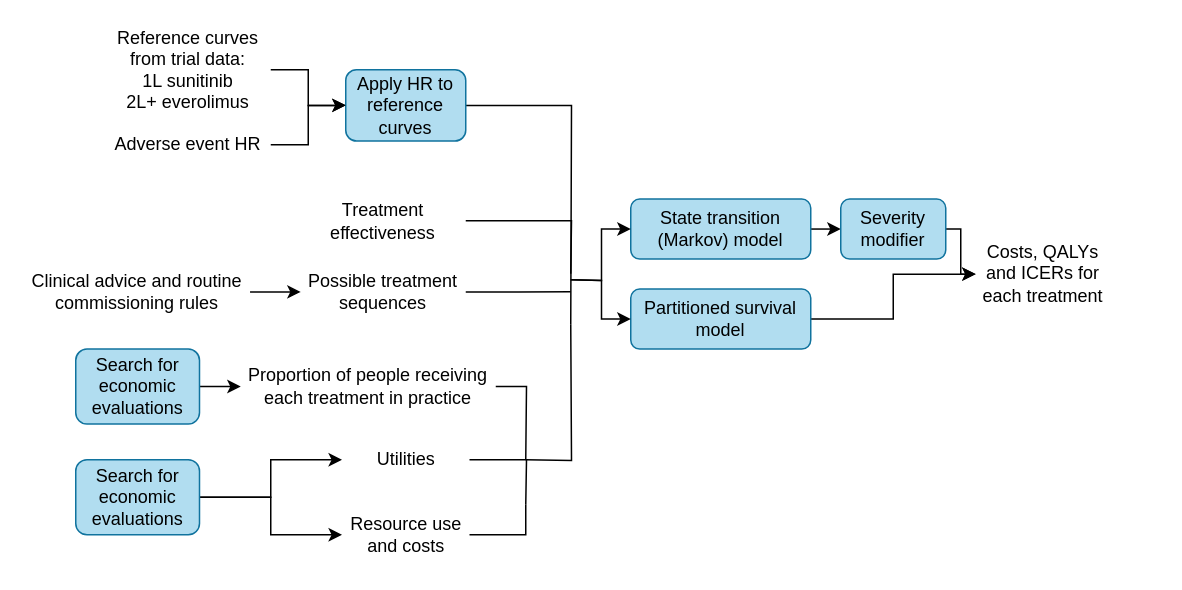
The draw.io diagram docs/images/detailed_stage567.drawio in nice-digital/NICE-model-repo, before the edit. Source tidied: cells renumbered, new cells numbered last; positions are measured from the earlier drawing's top-left corner, leaving out a move shared by most shapes. Both pictures are drawn from the tidied source at 150%, with x=0, y=0 at pixel (24, 39).
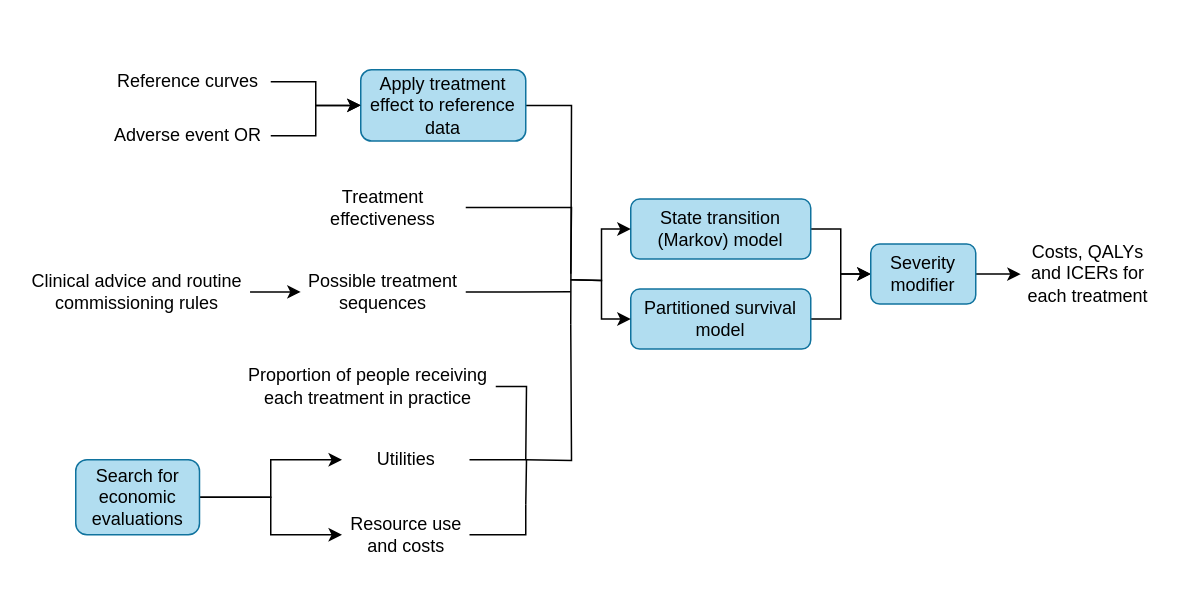
Above is the later version.

Unchanged cells that the change refers to:
```xml
<mxCell id="18" value="Partitioned survival model" style="rounded=1;whiteSpace=wrap;html=1;fillColor=#b1ddf0;strokeColor=#10739e;" parent="1" vertex="1">
  <mxGeometry x="404" y="166.2" width="120" height="40" as="geometry" />
</mxCell>
<mxCell id="28" value="Proportion of people receiving each treatment in practice" style="rounded=1;whiteSpace=wrap;html=1;fillColor=none;strokeColor=none;" parent="1" vertex="1">
  <mxGeometry x="144" y="206.2" width="170" height="50" as="geometry" />
</mxCell>
```

Change to the diagram source:
```diff
@@
     <mxCell id="3" value="Treatment effectiveness" style="rounded=1;whiteSpace=wrap;html=1;fillColor=none;strokeColor=none;" parent="1" vertex="1">
-      <mxGeometry x="184" y="108.8" width="110" height="23.8" as="geometry" />
+      <mxGeometry x="184" y="100" width="110" height="23.8" as="geometry" />
     </mxCell>
@@
-    <mxCell id="5" value="Adverse event HR" style="rounded=1;whiteSpace=wrap;html=1;fillColor=none;strokeColor=none;" parent="1" vertex="1">
-      <mxGeometry x="54" y="55" width="110" height="30" as="geometry" />
+    <mxCell id="5" value="Adverse event OR" style="rounded=1;whiteSpace=wrap;html=1;fillColor=none;strokeColor=none;" parent="1" vertex="1">
+      <mxGeometry x="54" y="49" width="110" height="30" as="geometry" />
     </mxCell>
@@
-    <mxCell id="7" value="Apply HR to reference curves" style="rounded=1;whiteSpace=wrap;html=1;fillColor=#b1ddf0;strokeColor=#10739e;" parent="1" vertex="1">
-      <mxGeometry x="214" y="20" width="80" height="47.5" as="geometry" />
+    <mxCell id="7" value="Apply treatment effect to reference data" style="rounded=1;whiteSpace=wrap;html=1;fillColor=#b1ddf0;strokeColor=#10739e;" parent="1" vertex="1">
+      <mxGeometry x="224" y="20" width="110" height="47.5" as="geometry" />
     </mxCell>
@@
-    <mxCell id="17" style="edgeStyle=orthogonalEdgeStyle;rounded=0;jettySize=auto;html=1;exitX=1;exitY=0.5;exitDx=0;exitDy=0;entryX=0;entryY=0.5;entryDx=0;entryDy=0;" parent="1" edge="1" source="18" target="19">
-      <mxGeometry relative="1" as="geometry" />
-    </mxCell>
+    <mxCell id="36" style="edgeStyle=orthogonalEdgeStyle;rounded=0;jettySize=auto;html=1;exitX=1;exitY=0.5;exitDx=0;exitDy=0;entryX=0;entryY=0.5;entryDx=0;entryDy=0;" parent="1" edge="1" source="18" target="25">
+      <mxGeometry relative="1" as="geometry" />
+    </mxCell>
@@
     <mxCell id="19" value="Costs, QALYs and ICERs for each treatment" style="rounded=0;whiteSpace=wrap;html=1;fillColor=none;strokeColor=none;" parent="1" vertex="1">
-      <mxGeometry x="634" y="132.5" width="90" height="47.5" as="geometry" />
+      <mxGeometry x="664" y="132.5" width="90" height="47.5" as="geometry" />
     </mxCell>
@@
-    <mxCell id="23" value="Reference curves from trial data:&lt;div&gt;1L sunitinib&lt;/div&gt;&lt;div&gt;2L+ everolimus&lt;/div&gt;" style="rounded=1;whiteSpace=wrap;html=1;fillColor=none;strokeColor=none;" parent="1" vertex="1">
-      <mxGeometry x="54" width="110" height="40" as="geometry" />
+    <mxCell id="23" value="Reference curves" style="rounded=1;whiteSpace=wrap;html=1;fillColor=none;strokeColor=none;" parent="1" vertex="1">
+      <mxGeometry x="54" y="8" width="110" height="40" as="geometry" />
     </mxCell>
-    <mxCell id="24" style="edgeStyle=orthogonalEdgeStyle;rounded=0;jettySize=auto;html=1;exitX=1;exitY=0.5;exitDx=0;exitDy=0;entryX=0;entryY=0.5;entryDx=0;entryDy=0;" parent="1" edge="1" source="25" target="19">
-      <mxGeometry relative="1" as="geometry">
-        <Array as="points">
-          <mxPoint x="624" y="126" />
-          <mxPoint x="624" y="156" />
-        </Array>
-      </mxGeometry>
+    <mxCell id="24" style="edgeStyle=orthogonalEdgeStyle;rounded=0;jettySize=auto;html=1;exitX=1;exitY=0.5;exitDx=0;exitDy=0;" parent="1" edge="1" source="25" target="19">
+      <mxGeometry relative="1" as="geometry" />
     </mxCell>
     <mxCell id="25" value="Severity modifier" style="rounded=1;whiteSpace=wrap;html=1;fillColor=#b1ddf0;strokeColor=#10739e;" parent="1" vertex="1">
-      <mxGeometry x="544" y="106.2" width="70" height="40" as="geometry" />
+      <mxGeometry x="564" y="136.2" width="70" height="40" as="geometry" />
     </mxCell>
@@
-    <mxCell id="29" style="edgeStyle=orthogonalEdgeStyle;rounded=0;jettySize=auto;html=1;exitX=1;exitY=0.5;exitDx=0;exitDy=0;entryX=0;entryY=0.5;entryDx=0;entryDy=0;" parent="1" edge="1" source="30" target="28">
-      <mxGeometry relative="1" as="geometry" />
-    </mxCell>
-    <mxCell id="30" value="Search for economic evaluations" style="rounded=1;whiteSpace=wrap;html=1;fillColor=#b1ddf0;strokeColor=#10739e;" parent="1" vertex="1">
-      <mxGeometry x="34" y="206.2" width="82.5" height="50" as="geometry" />
-    </mxCell>
```
